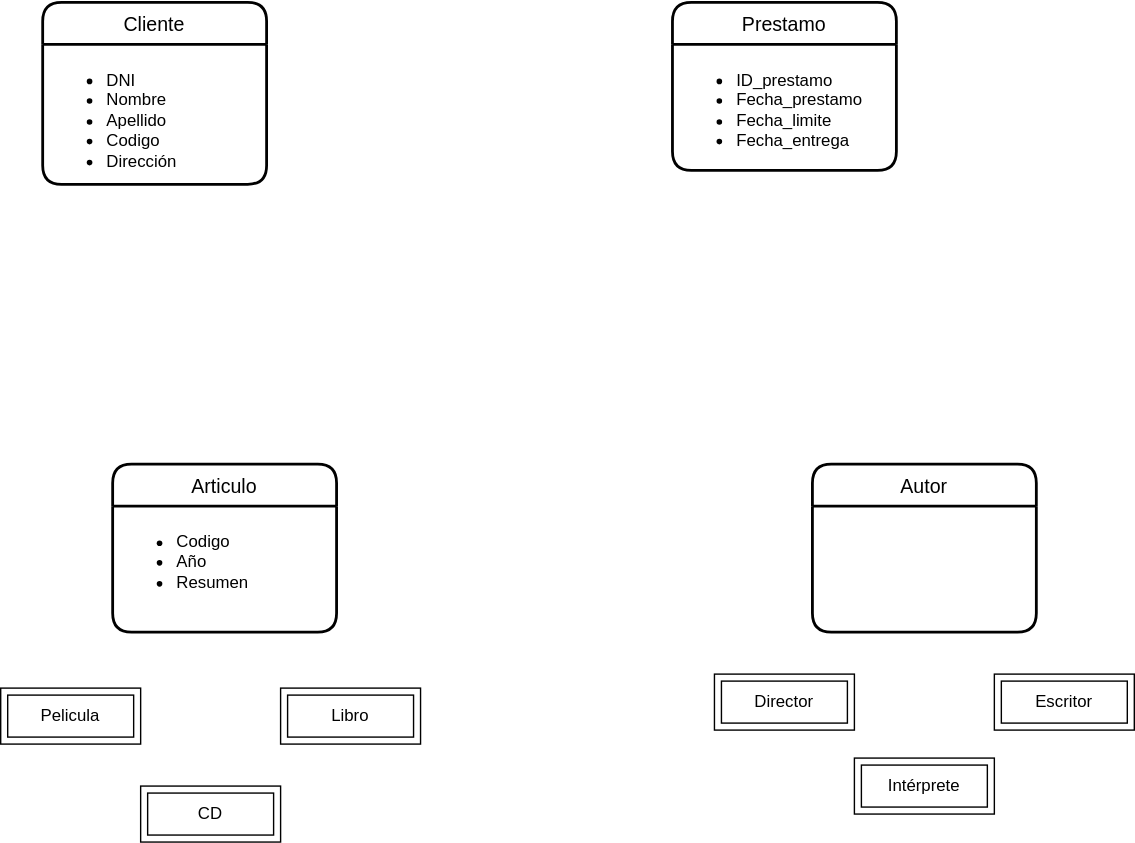
Jimxx22/C3-UD11-UML keeps this draw.io diagram as UD12-6.svg. Above is the earlier version. Source tidied: cells renumbered, new cells last; positions are measured from the earlier drawing's top-left corner, leaving out a move shared by most shapes.
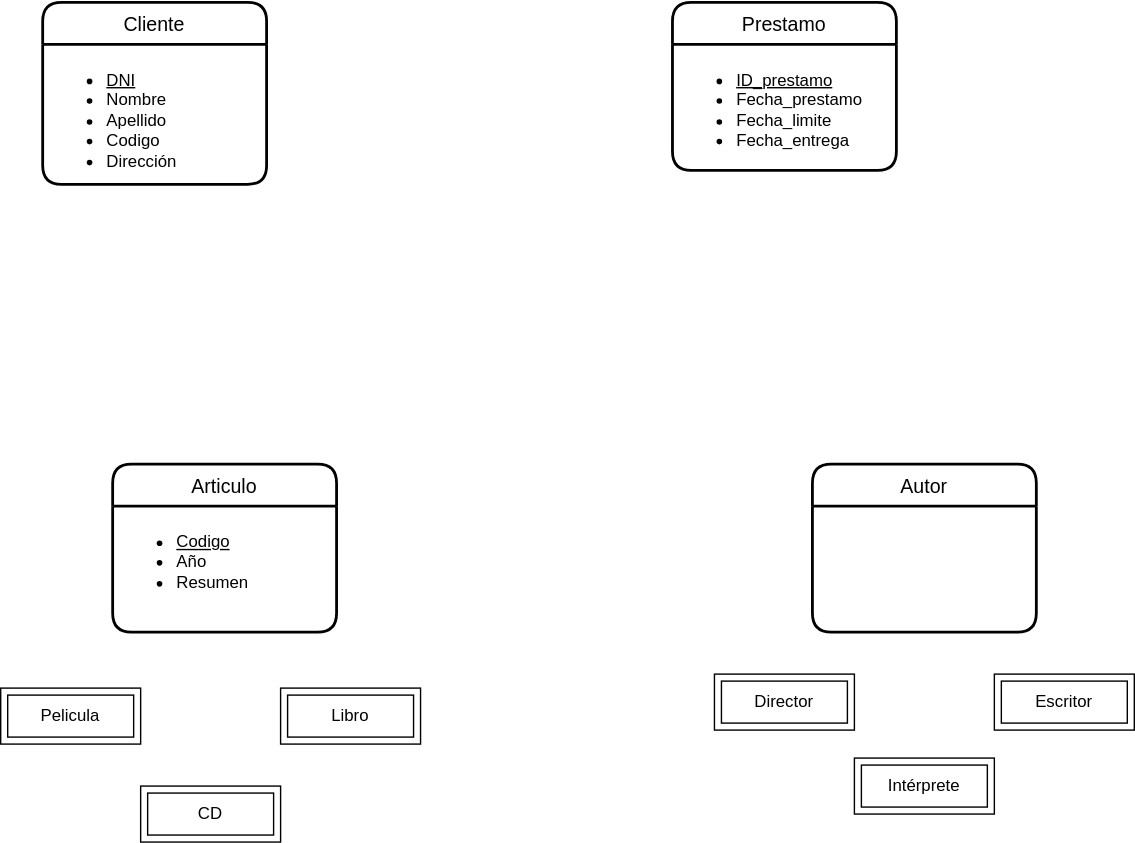
The same file after the commit.

What changed in the source:
```diff
@@ -5,19 +5,19 @@
     <mxCell id="2" value="Cliente" style="swimlane;horizontal=1;startSize=30;rounded=1;fontSize=14;fontStyle=0;strokeWidth=2;shadow=0;dashed=0;align=center;html=0;" parent="1" vertex="1">
       <mxGeometry x="30" width="160" height="130" as="geometry" />
     </mxCell>
-    <mxCell id="3" value="&lt;ul&gt;&lt;li&gt;DNI&lt;/li&gt;&lt;li&gt;Nombre&lt;/li&gt;&lt;li&gt;Apellido&lt;/li&gt;&lt;li&gt;Codigo&lt;/li&gt;&lt;li&gt;Dirección&lt;/li&gt;&lt;/ul&gt;" style="align=left;strokeColor=none;fillColor=none;spacingLeft=4;fontSize=12;verticalAlign=top;html=1;" parent="2" vertex="1">
+    <mxCell id="3" value="&lt;ul&gt;&lt;li&gt;&lt;u&gt;DNI&lt;/u&gt;&lt;/li&gt;&lt;li&gt;Nombre&lt;/li&gt;&lt;li&gt;Apellido&lt;/li&gt;&lt;li&gt;Codigo&lt;/li&gt;&lt;li&gt;Dirección&lt;/li&gt;&lt;/ul&gt;" style="align=left;strokeColor=none;fillColor=none;spacingLeft=4;fontSize=12;verticalAlign=top;html=1;" parent="2" vertex="1">
       <mxGeometry y="30" width="160" height="100" as="geometry" />
     </mxCell>
     <mxCell id="4" value="Articulo" style="swimlane;horizontal=1;startSize=30;rounded=1;fontSize=14;fontStyle=0;strokeWidth=2;shadow=0;dashed=0;align=center;html=0;" parent="1" vertex="1">
       <mxGeometry x="80" y="330" width="160" height="120" as="geometry" />
     </mxCell>
-    <mxCell id="5" value="&lt;ul&gt;&lt;li&gt;Codigo&lt;/li&gt;&lt;li&gt;Año&lt;/li&gt;&lt;li&gt;Resumen&lt;/li&gt;&lt;/ul&gt;" style="align=left;strokeColor=none;fillColor=none;spacingLeft=4;fontSize=12;verticalAlign=top;html=1;fontStyle=0;labelBorderColor=none;" parent="4" vertex="1">
+    <mxCell id="5" value="&lt;ul&gt;&lt;li&gt;&lt;u&gt;Codigo&lt;/u&gt;&lt;/li&gt;&lt;li&gt;Año&lt;/li&gt;&lt;li&gt;Resumen&lt;/li&gt;&lt;/ul&gt;" style="align=left;strokeColor=none;fillColor=none;spacingLeft=4;fontSize=12;verticalAlign=top;html=1;fontStyle=0;labelBorderColor=none;" parent="4" vertex="1">
       <mxGeometry y="30" width="160" height="90" as="geometry" />
     </mxCell>
     <mxCell id="6" value="Prestamo" style="swimlane;horizontal=1;startSize=30;rounded=1;fontSize=14;fontStyle=0;strokeWidth=2;shadow=0;dashed=0;align=center;html=0;" parent="1" vertex="1">
       <mxGeometry x="480" width="160" height="120" as="geometry" />
     </mxCell>
-    <mxCell id="7" value="&lt;ul&gt;&lt;li&gt;ID_prestamo&lt;/li&gt;&lt;li&gt;Fecha_prestamo&lt;/li&gt;&lt;li&gt;Fecha_limite&lt;/li&gt;&lt;li&gt;Fecha_entrega&lt;/li&gt;&lt;/ul&gt;" style="align=left;strokeColor=none;fillColor=none;spacingLeft=4;fontSize=12;verticalAlign=top;html=1;" parent="6" vertex="1">
+    <mxCell id="7" value="&lt;ul&gt;&lt;li&gt;&lt;u&gt;ID_prestamo&lt;/u&gt;&lt;/li&gt;&lt;li&gt;Fecha_prestamo&lt;/li&gt;&lt;li&gt;Fecha_limite&lt;/li&gt;&lt;li&gt;Fecha_entrega&lt;/li&gt;&lt;/ul&gt;" style="align=left;strokeColor=none;fillColor=none;spacingLeft=4;fontSize=12;verticalAlign=top;html=1;" parent="6" vertex="1">
       <mxGeometry y="30" width="160" height="90" as="geometry" />
     </mxCell>
     <mxCell id="8" value="Autor" style="swimlane;horizontal=1;startSize=30;rounded=1;fontSize=14;fontStyle=0;strokeWidth=2;shadow=0;dashed=0;align=center;html=0;" parent="1" vertex="1">
```
